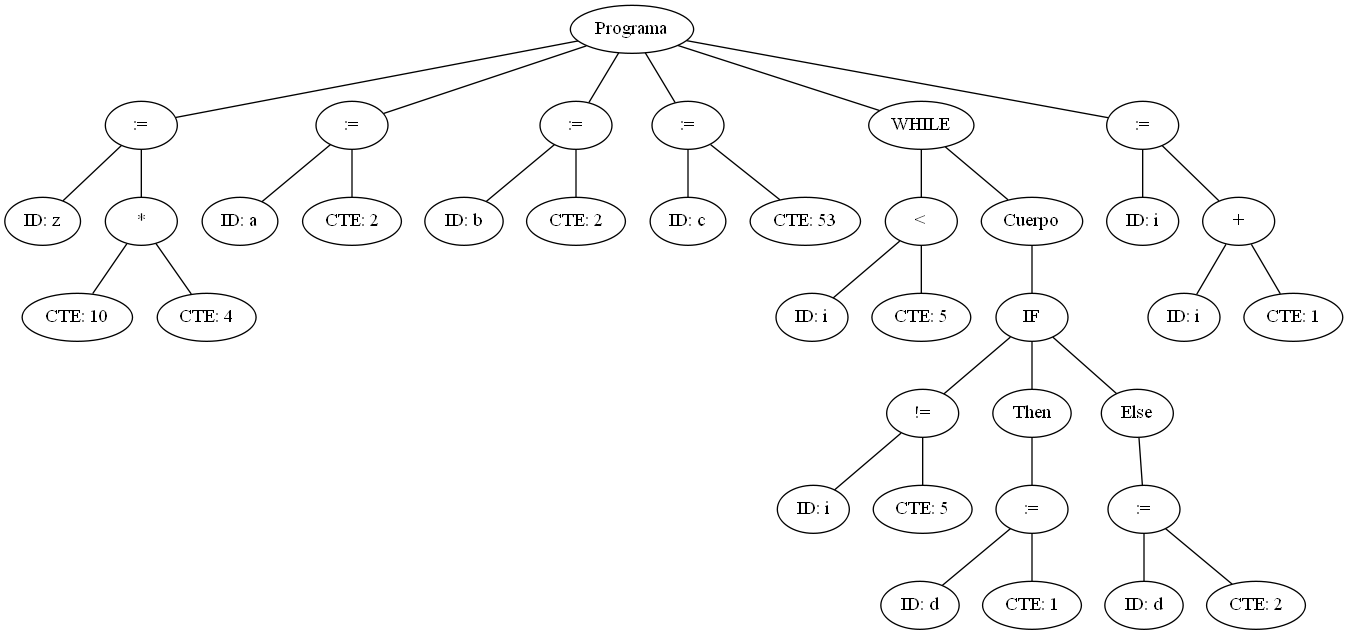
JosueGaticaOdato/Integrador-TEOI keeps this Graphviz diagram as AnalizadorLexico/arbolito.png. Above is the earlier version. Its source is kept beside it as AnalizadorLexico/arbolito.dot.
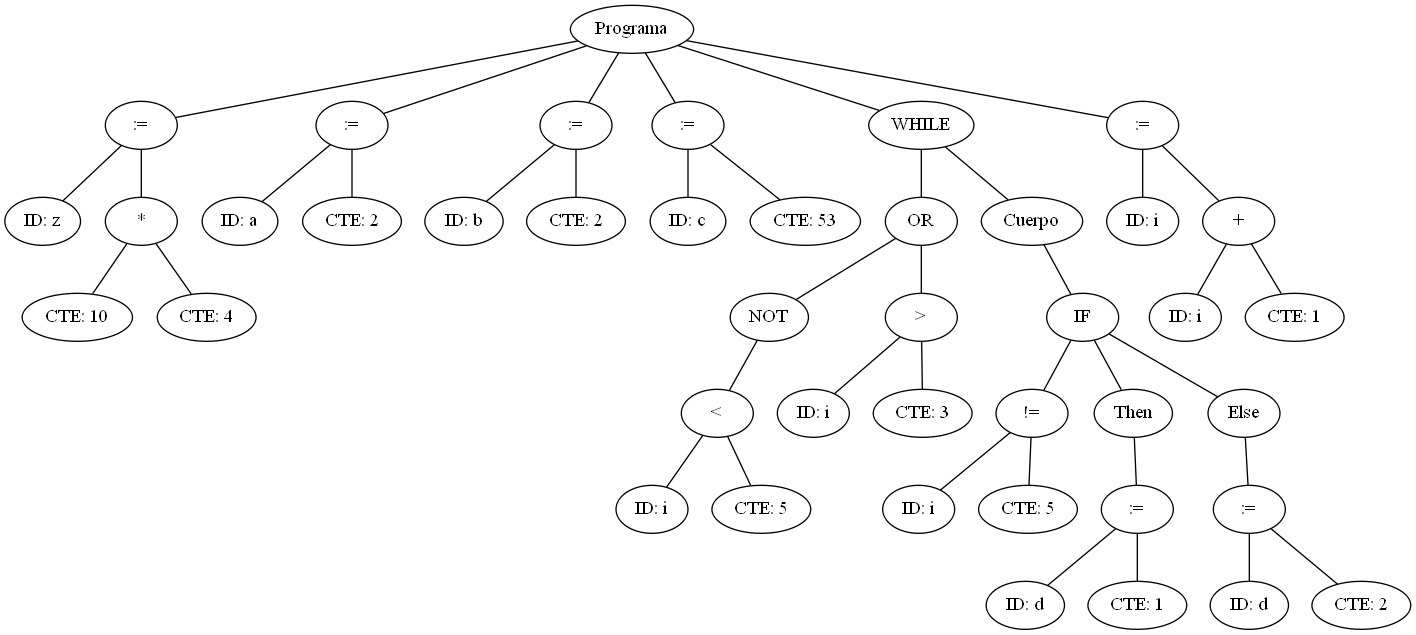
Later version of the same file.

Diff of the diagram source:
```diff
@@ -1,74 +1,84 @@
 graph G {nodo_programa [label="Programa"]
-nodo_931919113 [label=":="]
-nodo_programa -- nodo_931919113
-nodo_1854731462 [label="ID: z"]
-nodo_931919113 -- nodo_1854731462
-nodo_317574433 [label="*"]
-nodo_931919113 -- nodo_317574433
-nodo_885284298 [label="CTE: 10"]
-nodo_317574433 -- nodo_885284298
-nodo_1389133897 [label="CTE: 4"]
-nodo_317574433 -- nodo_1389133897
-nodo_1198108795 [label=":="]
-nodo_programa -- nodo_1198108795
-nodo_214126413 [label="ID: a"]
-nodo_1198108795 -- nodo_214126413
-nodo_396873410 [label="CTE: 2"]
-nodo_1198108795 -- nodo_396873410
-nodo_1706234378 [label=":="]
-nodo_programa -- nodo_1706234378
-nodo_1867750575 [label="ID: b"]
-nodo_1706234378 -- nodo_1867750575
-nodo_2046562095 [label="CTE: 2"]
-nodo_1706234378 -- nodo_2046562095
-nodo_1342443276 [label=":="]
-nodo_programa -- nodo_1342443276
-nodo_769287236 [label="ID: c"]
-nodo_1342443276 -- nodo_769287236
-nodo_1587487668 [label="CTE: 53"]
-nodo_1342443276 -- nodo_1587487668
-nodo_1199823423 [label="WHILE"]
-nodo_programa -- nodo_1199823423
-nodo_932172204 [label="<"]
-nodo_1199823423 -- nodo_932172204
-nodo_1225358173 [label="ID: i"]
-nodo_932172204 -- nodo_1225358173
-nodo_1848402763 [label="CTE: 5"]
-nodo_932172204 -- nodo_1848402763
-nodo_933699219 [label="Cuerpo"]
-nodo_1199823423 -- nodo_933699219
-nodo_2121055098 [label="IF"]
+nodo_764977973 [label=":="]
+nodo_programa -- nodo_764977973
+nodo_885284298 [label="ID: z"]
+nodo_764977973 -- nodo_885284298
+nodo_1389133897 [label="*"]
+nodo_764977973 -- nodo_1389133897
+nodo_1534030866 [label="CTE: 10"]
+nodo_1389133897 -- nodo_1534030866
+nodo_664223387 [label="CTE: 4"]
+nodo_1389133897 -- nodo_664223387
+nodo_396873410 [label=":="]
+nodo_programa -- nodo_396873410
+nodo_1706234378 [label="ID: a"]
+nodo_396873410 -- nodo_1706234378
+nodo_1867750575 [label="CTE: 2"]
+nodo_396873410 -- nodo_1867750575
+nodo_2046562095 [label=":="]
+nodo_programa -- nodo_2046562095
+nodo_1342443276 [label="ID: b"]
+nodo_2046562095 -- nodo_1342443276
+nodo_769287236 [label="CTE: 2"]
+nodo_2046562095 -- nodo_769287236
+nodo_1587487668 [label=":="]
+nodo_programa -- nodo_1587487668
+nodo_1199823423 [label="ID: c"]
+nodo_1587487668 -- nodo_1199823423
+nodo_932172204 [label="CTE: 53"]
+nodo_1587487668 -- nodo_932172204
+nodo_1225358173 [label="WHILE"]
+nodo_programa -- nodo_1225358173
+nodo_1848402763 [label="OR"]
+nodo_1225358173 -- nodo_1848402763
+nodo_933699219 [label="NOT"]
+nodo_1848402763 -- nodo_933699219
+nodo_2121055098 [label="<"]
 nodo_933699219 -- nodo_2121055098
-nodo_2084435065 [label="!="]
+nodo_2084435065 [label="ID: i"]
 nodo_2121055098 -- nodo_2084435065
-nodo_1896277646 [label="ID: i"]
-nodo_2084435065 -- nodo_1896277646
-nodo_2128227771 [label="CTE: 5"]
-nodo_2084435065 -- nodo_2128227771
-nodo_1702297201 [label="Then"]
-nodo_2121055098 -- nodo_1702297201
-nodo_1996181658 [label=":="]
-nodo_1702297201 -- nodo_1996181658
-nodo_806353501 [label="ID: d"]
-nodo_1996181658 -- nodo_806353501
-nodo_521645586 [label="CTE: 1"]
-nodo_1996181658 -- nodo_521645586
-nodo_1296064247 [label="Else"]
-nodo_2121055098 -- nodo_1296064247
-nodo_1637070917 [label=":="]
+nodo_1896277646 [label="CTE: 5"]
+nodo_2121055098 -- nodo_1896277646
+nodo_2128227771 [label=">"]
+nodo_1848402763 -- nodo_2128227771
+nodo_1702297201 [label="ID: i"]
+nodo_2128227771 -- nodo_1702297201
+nodo_1996181658 [label="CTE: 3"]
+nodo_2128227771 -- nodo_1996181658
+nodo_806353501 [label="Cuerpo"]
+nodo_1225358173 -- nodo_806353501
+nodo_521645586 [label="IF"]
+nodo_806353501 -- nodo_521645586
+nodo_1296064247 [label="!="]
+nodo_521645586 -- nodo_1296064247
+nodo_1637070917 [label="ID: i"]
 nodo_1296064247 -- nodo_1637070917
-nodo_780237624 [label="ID: d"]
-nodo_1637070917 -- nodo_780237624
-nodo_205797316 [label="CTE: 2"]
-nodo_1637070917 -- nodo_205797316
+nodo_780237624 [label="CTE: 5"]
+nodo_1296064247 -- nodo_780237624
+nodo_205797316 [label="Then"]
+nodo_521645586 -- nodo_205797316
 nodo_1128032093 [label=":="]
-nodo_programa -- nodo_1128032093
-nodo_1066516207 [label="ID: i"]
+nodo_205797316 -- nodo_1128032093
+nodo_1066516207 [label="ID: d"]
 nodo_1128032093 -- nodo_1066516207
-nodo_443308702 [label="+"]
+nodo_443308702 [label="CTE: 1"]
 nodo_1128032093 -- nodo_443308702
-nodo_935044096 [label="ID: i"]
-nodo_443308702 -- nodo_935044096
-nodo_396180261 [label="CTE: 1"]
-nodo_443308702 -- nodo_396180261
+nodo_935044096 [label="Else"]
+nodo_521645586 -- nodo_935044096
+nodo_396180261 [label=":="]
+nodo_935044096 -- nodo_396180261
+nodo_625576447 [label="ID: d"]
+nodo_396180261 -- nodo_625576447
+nodo_1560911714 [label="CTE: 2"]
+nodo_396180261 -- nodo_1560911714
+nodo_939047783 [label=":="]
+nodo_programa -- nodo_939047783
+nodo_1237514926 [label="ID: i"]
+nodo_939047783 -- nodo_1237514926
+nodo_548246552 [label="+"]
+nodo_939047783 -- nodo_548246552
+nodo_835648992 [label="ID: i"]
+nodo_548246552 -- nodo_835648992
+nodo_1134517053 [label="CTE: 1"]
+nodo_548246552 -- nodo_1134517053
 }
```
